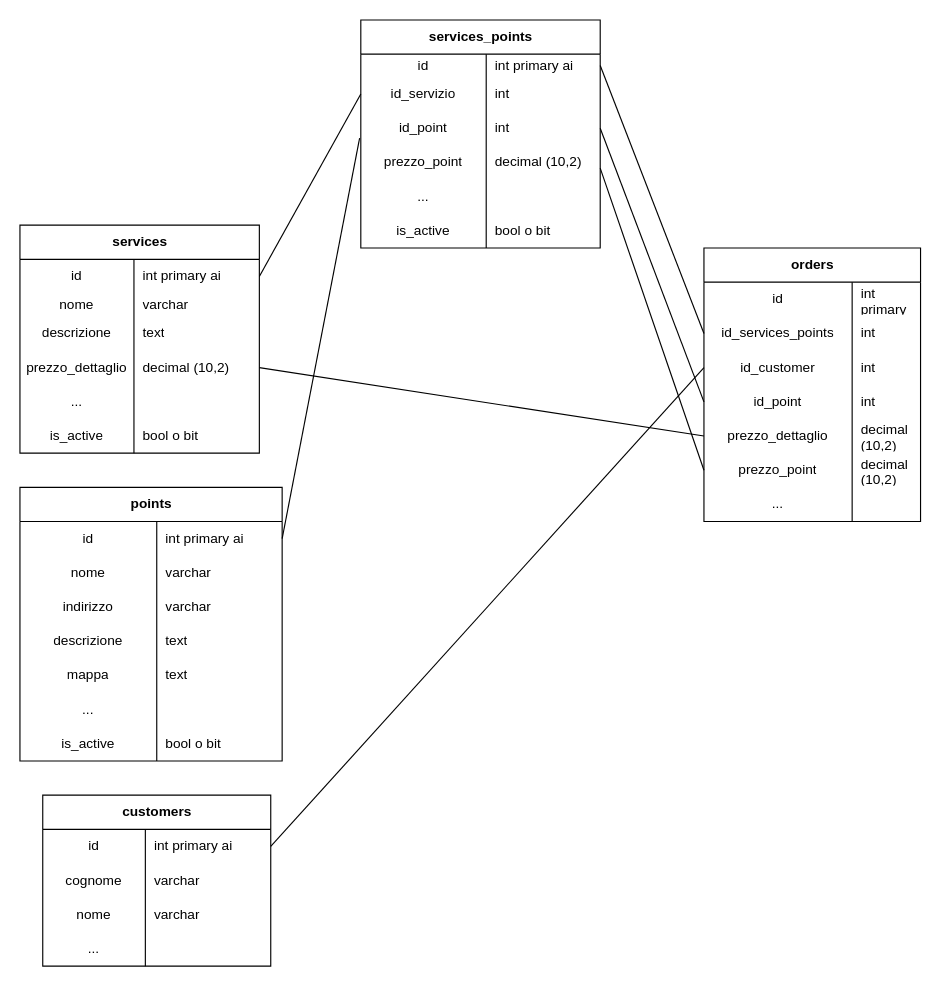
The draw.io diagram Diagramma senza titolo.drawio in overflow64/test_tecnasoft, before the edit. Source tidied: cells renumbered, new cells numbered last; positions are measured from the earlier drawing's top-left corner, leaving out a move shared by most shapes. Both pictures are drawn from the tidied source at 114%, with x=0, y=0 at pixel (19, 19).
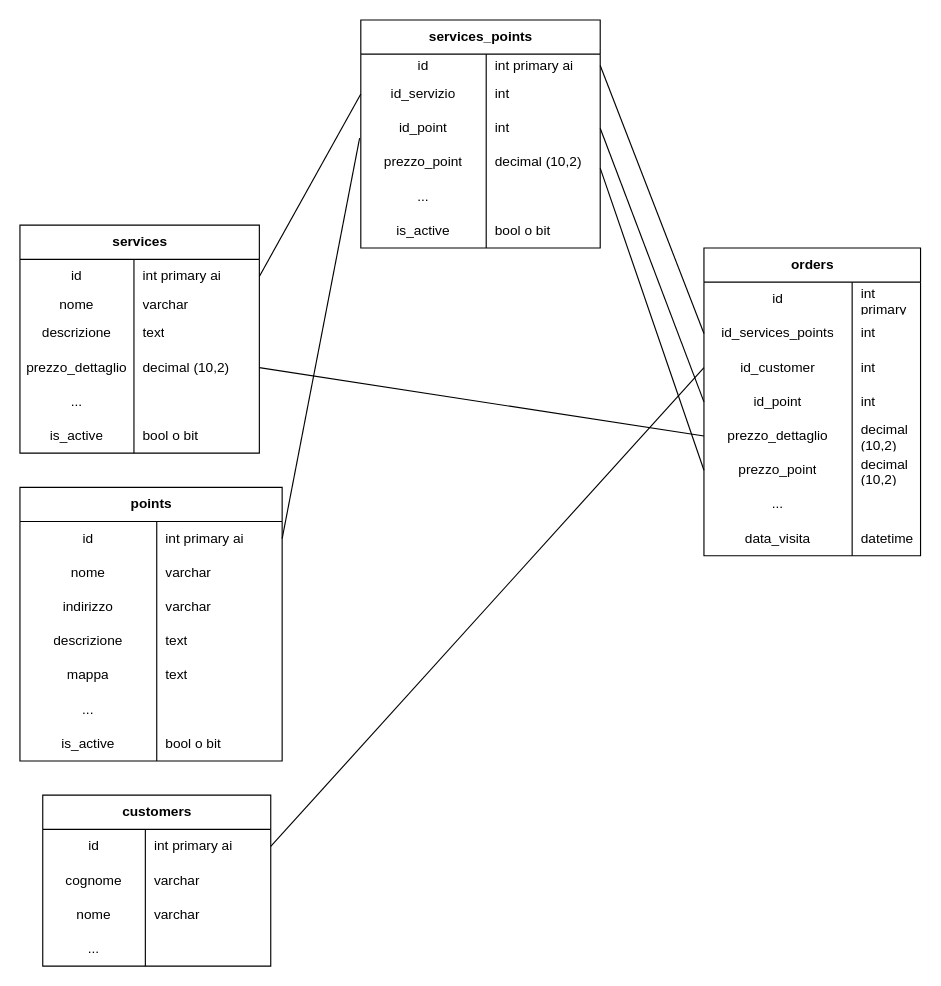
The same page after the edit.

Diff of the diagram source:
```diff
@@
     <mxCell id="77" value="orders" style="shape=table;startSize=30;childLayout=tableLayout;rowLines=0;fontStyle=1;align=center;html=1;" parent="1" vertex="1">
-      <mxGeometry x="600" y="200" width="190" height="240" as="geometry" />
+      <mxGeometry x="600" y="200" width="190" height="270" as="geometry" />
     </mxCell>
@@
+    <mxCell id="104" style="shape=tableRow;horizontal=0;startSize=0;swimlaneHead=0;swimlaneBody=0;fillColor=none;top=0;left=0;right=0;bottom=0;" parent="77" vertex="1">
+      <mxGeometry y="240" width="190" height="30" as="geometry" />
+    </mxCell>
+    <mxCell id="105" value="data_visita" style="shape=partialRectangle;fillColor=none;top=0;left=0;bottom=0;right=0;overflow=hidden;whiteSpace=wrap;html=1;" parent="104" vertex="1">
+      <mxGeometry width="130" height="30" as="geometry" />
+    </mxCell>
+    <mxCell id="106" value="datetime" style="shape=partialRectangle;fillColor=none;top=0;left=0;bottom=0;right=0;align=left;spacingLeft=6;overflow=hidden;whiteSpace=wrap;html=1;" parent="104" vertex="1">
+      <mxGeometry x="130" width="60" height="30" as="geometry" />
+    </mxCell>
```
